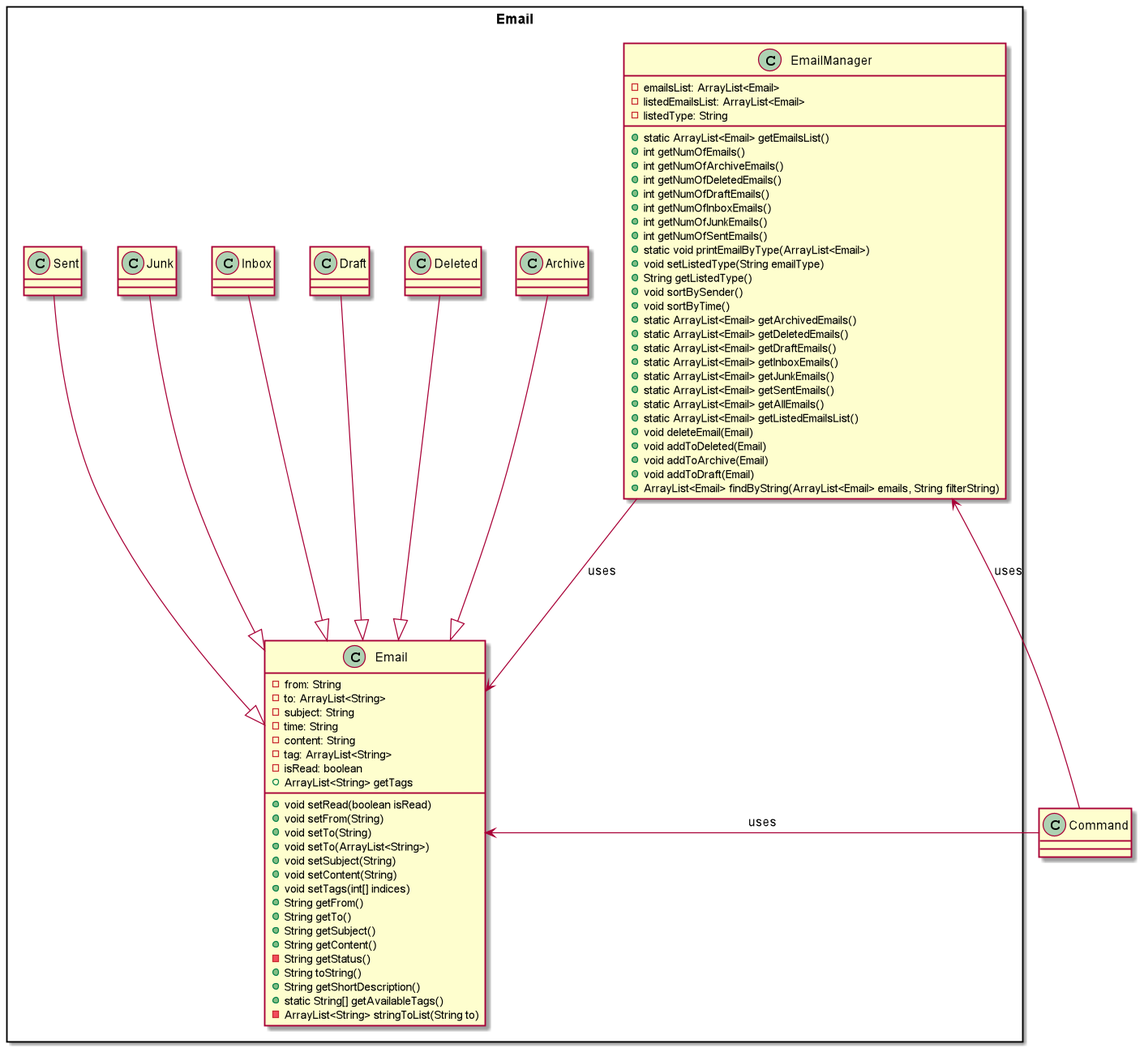
yanli1215/tp keeps this PlantUML diagram as docs/UML diagrams/EmailClassDiagram.png. Above is the earlier version. Source of this version:
```plantuml
@startuml
package Email <<Rectangle>>{
class Email
class Archive
class Deleted
class Draft
class EmailManager
class Inbox
class Junk
class Sent
}
class Command

class Email {
- from: String
- to: ArrayList<String>
- subject: String
- time: String
- content: String
- tag: ArrayList<String>
- isRead: boolean
+ void setRead(boolean isRead)
+ void setFrom(String)
+ void setTo(String)
+ void setTo(ArrayList<String>)
+ void setSubject(String)
+ void setContent(String)
+ void setTags(int[] indices)
+ String getFrom()
+ String getTo()
+ String getSubject()
+ String getContent()
- String getStatus()
+ String toString()
+ String getShortDescription()
+ ArrayList<String> getTags
+ static String[] getAvailableTags()
- ArrayList<String> stringToList(String to)
}

class EmailManager {
- emailsList: ArrayList<Email>
- listedEmailsList: ArrayList<Email>
- listedType: String
+ static ArrayList<Email> getEmailsList()
+ int getNumOfEmails()
+ int getNumOfArchiveEmails()
+ int getNumOfDeletedEmails()
+ int getNumOfDraftEmails()
+ int getNumOfInboxEmails()
+ int getNumOfJunkEmails()
+ int getNumOfSentEmails()
+ static void printEmailByType(ArrayList<Email>)
+ void setListedType(String emailType)
+ String getListedType()
+ void sortBySender()
+ void sortByTime()
+ static ArrayList<Email> getArchivedEmails()
+ static ArrayList<Email> getDeletedEmails()
+ static ArrayList<Email> getDraftEmails()
+ static ArrayList<Email> getInboxEmails()
+ static ArrayList<Email> getJunkEmails()
+ static ArrayList<Email> getSentEmails()
+ static ArrayList<Email> getAllEmails()
+ static ArrayList<Email> getListedEmailsList()
+ void deleteEmail(Email)
+ void addToDeleted(Email)
+ void addToArchive(Email)
+ void addToDraft(Email)
+ ArrayList<Email> findByString(ArrayList<Email> emails, String filterString)

}

Archive ---|> Email
Deleted ---|> Email
Draft ---|> Email
Inbox ---|> Email
Junk ---|> Email
Sent ---|> Email
EmailManager ---> Email :uses
Command --left-> Email: uses
Command --left-> EmailManager: uses

@enduml
```
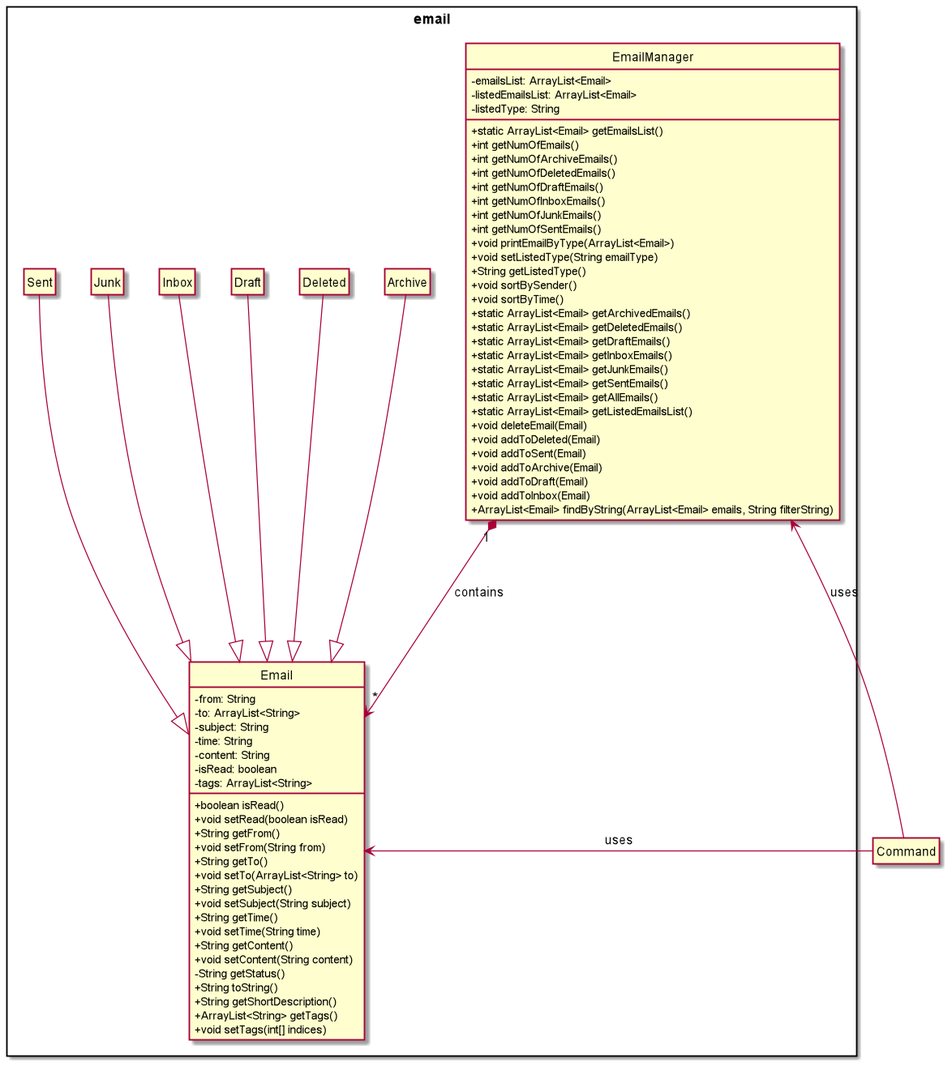
After the change.

What changed in the source:
```diff
@@ -1,5 +1,10 @@
 @startuml
-package Email <<Rectangle>>{
+
+hide circle
+hide empty members
+skinparam classAttributeIconSize 0
+
+package email <<Rectangle>>{
 class Email
 class Archive
 class Deleted
@@ -17,25 +22,25 @@
 - subject: String
 - time: String
 - content: String
-- tag: ArrayList<String>
 - isRead: boolean
+- tags: ArrayList<String>
++ boolean isRead()
 + void setRead(boolean isRead)
-+ void setFrom(String)
-+ void setTo(String)
-+ void setTo(ArrayList<String>)
-+ void setSubject(String)
-+ void setContent(String)
-+ void setTags(int[] indices)
 + String getFrom()
++ void setFrom(String from)
 + String getTo()
++ void setTo(ArrayList<String> to)
 + String getSubject()
++ void setSubject(String subject)
++ String getTime()
++ void setTime(String time)
 + String getContent()
++ void setContent(String content)
 - String getStatus()
 + String toString()
 + String getShortDescription()
-+ ArrayList<String> getTags
-+ static String[] getAvailableTags()
-- ArrayList<String> stringToList(String to)
++ ArrayList<String> getTags()
++ void setTags(int[] indices)
 }
 
 class EmailManager {
@@ -50,7 +55,7 @@
 + int getNumOfInboxEmails()
 + int getNumOfJunkEmails()
 + int getNumOfSentEmails()
-+ static void printEmailByType(ArrayList<Email>)
++ void printEmailByType(ArrayList<Email>)
 + void setListedType(String emailType)
 + String getListedType()
 + void sortBySender()
@@ -65,8 +70,10 @@
 + static ArrayList<Email> getListedEmailsList()
 + void deleteEmail(Email)
 + void addToDeleted(Email)
++ void addToSent(Email)
 + void addToArchive(Email)
 + void addToDraft(Email)
++ void addToInbox(Email)
 + ArrayList<Email> findByString(ArrayList<Email> emails, String filterString)
 
 }
@@ -77,7 +84,7 @@
 Inbox ---|> Email
 Junk ---|> Email
 Sent ---|> Email
-EmailManager ---> Email :uses
+EmailManager "1" *---> "*" Email: contains
 Command --left-> Email: uses
 Command --left-> EmailManager: uses
 
```
